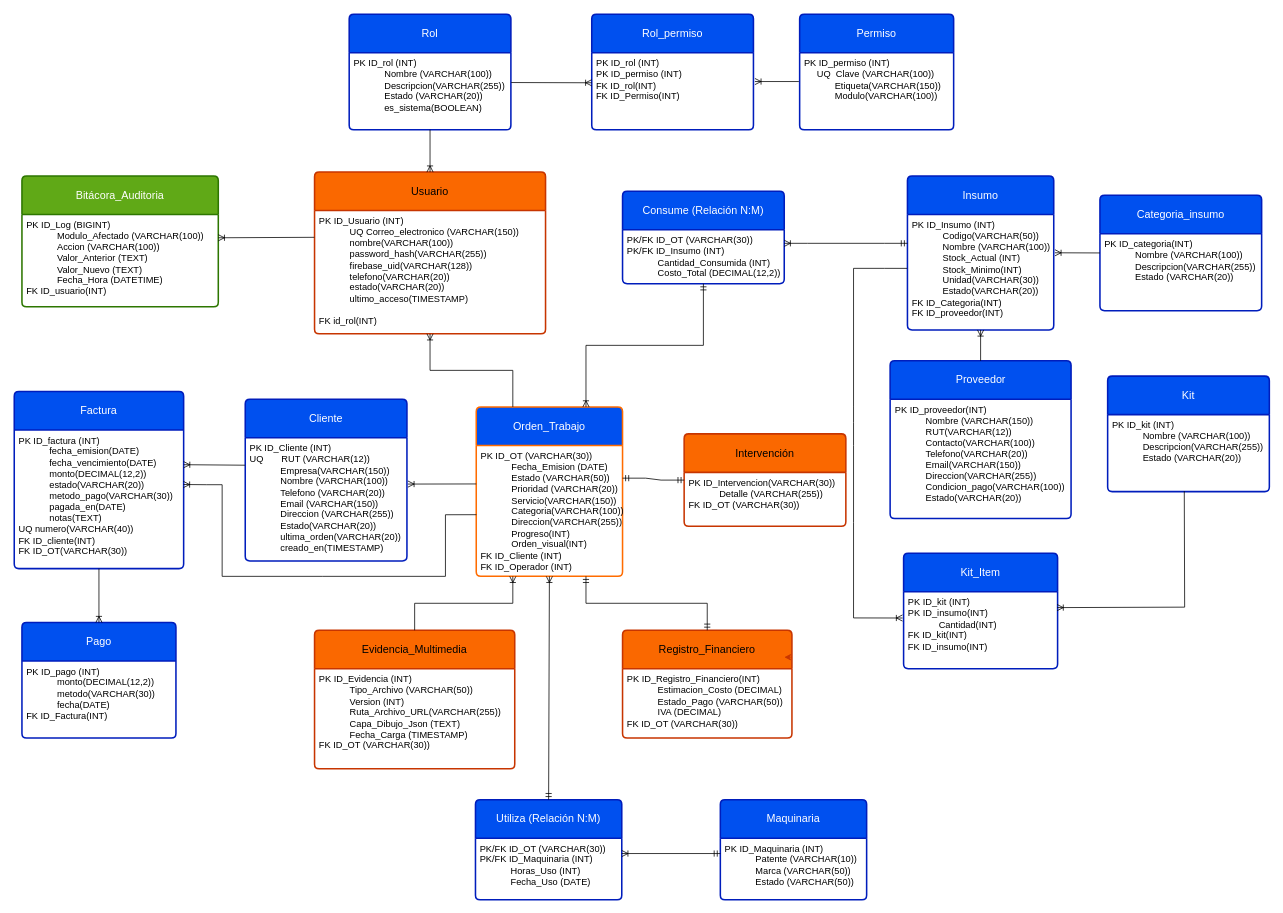
Earlier version of the draw.io diagram diagramas/Modelo_fisico_de_datos.drawio (Rafvtrvs/Ing-en-software). Source tidied: cells renumbered, new cells numbered last; positions are measured from the earlier drawing's top-left corner, leaving out a move shared by most shapes. Both pictures are drawn from the tidied source at 77%, with x=0, y=0 at pixel (14, 14).
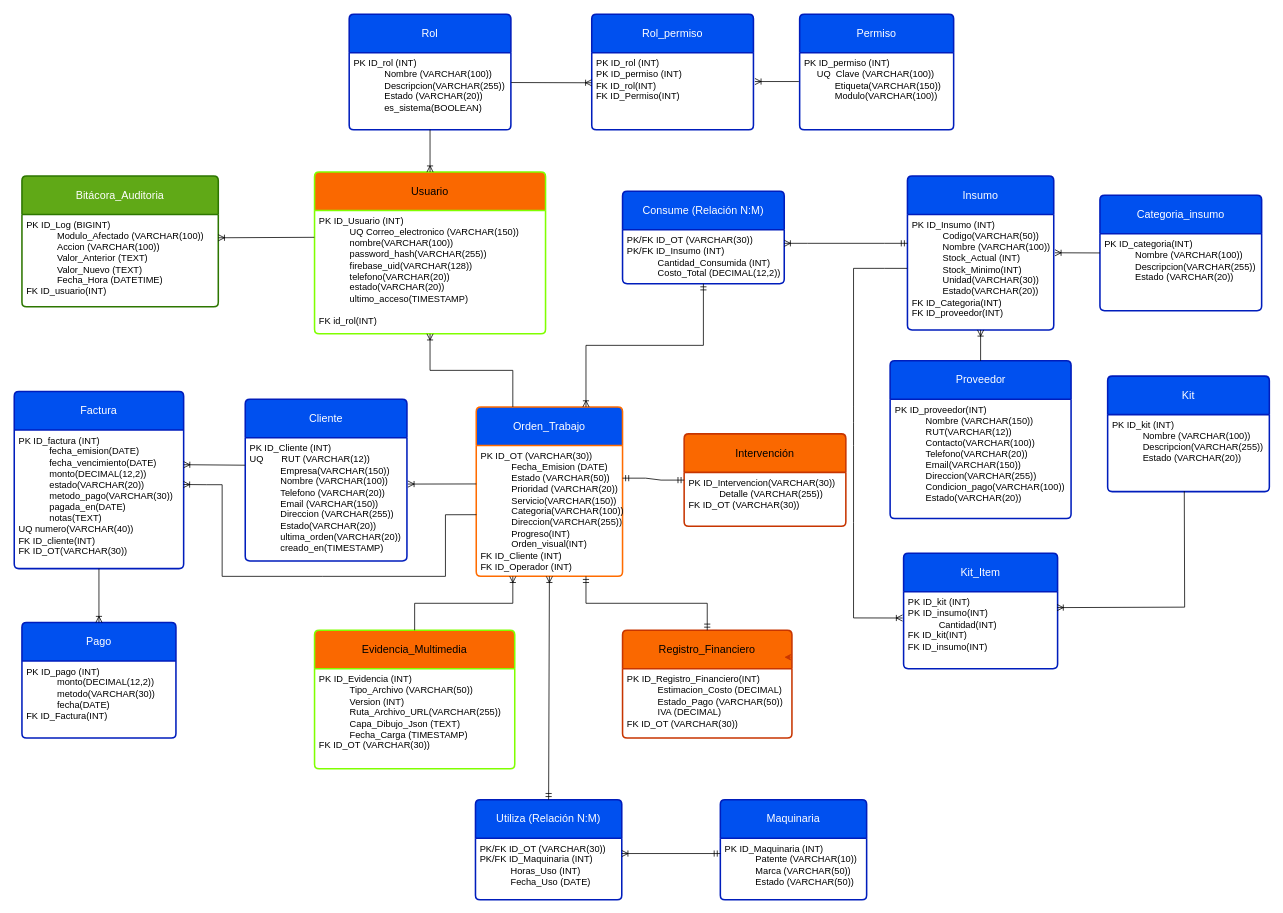
Above is the later version.

What changed in the source:
```diff
@@
-    <mxCell id="2" value="&lt;span class=&quot;_aupe copyable-text xkrh14z&quot; style=&quot;white-space: pre-wrap;&quot;&gt;Usuario&lt;/span&gt;" style="swimlane;horizontal=1;startSize=50;rounded=1;fontSize=14;fontStyle=0;strokeWidth=2;shadow=0;dashed=0;align=center;arcSize=4;whiteSpace=wrap;html=1;fillColor=#fa6800;fontColor=#000000;strokeColor=light-dark(#C73500, #73ff00);" parent="1" vertex="1">
+    <mxCell id="2" value="&lt;span class=&quot;_aupe copyable-text xkrh14z&quot; style=&quot;white-space: pre-wrap;&quot;&gt;Usuario&lt;/span&gt;" style="swimlane;horizontal=1;startSize=50;rounded=1;fontSize=14;fontStyle=0;strokeWidth=2;shadow=0;dashed=0;align=center;arcSize=4;whiteSpace=wrap;html=1;fillColor=#fa6800;fontColor=#000000;strokeColor=light-dark(#80FF00,#80FF00);" parent="1" vertex="1">
       <mxGeometry x="390" y="205" width="300" height="210" as="geometry" />
     </mxCell>
@@
-    <mxCell id="17" value="Evidencia_Multimedia" style="swimlane;horizontal=1;startSize=50;rounded=1;fontSize=14;fontStyle=0;strokeWidth=2;shadow=0;dashed=0;align=center;arcSize=4;whiteSpace=wrap;html=1;fillColor=#fa6800;fontColor=#000000;strokeColor=light-dark(#C73500,#80FF00);" parent="1" vertex="1">
+    <mxCell id="17" value="Evidencia_Multimedia" style="swimlane;horizontal=1;startSize=50;rounded=1;fontSize=14;fontStyle=0;strokeWidth=2;shadow=0;dashed=0;align=center;arcSize=4;whiteSpace=wrap;html=1;fillColor=#fa6800;fontColor=#000000;strokeColor=light-dark(#80FF00,#80FF00);" parent="1" vertex="1">
       <mxGeometry x="390" y="800" width="260" height="180" as="geometry" />
     </mxCell>
```
